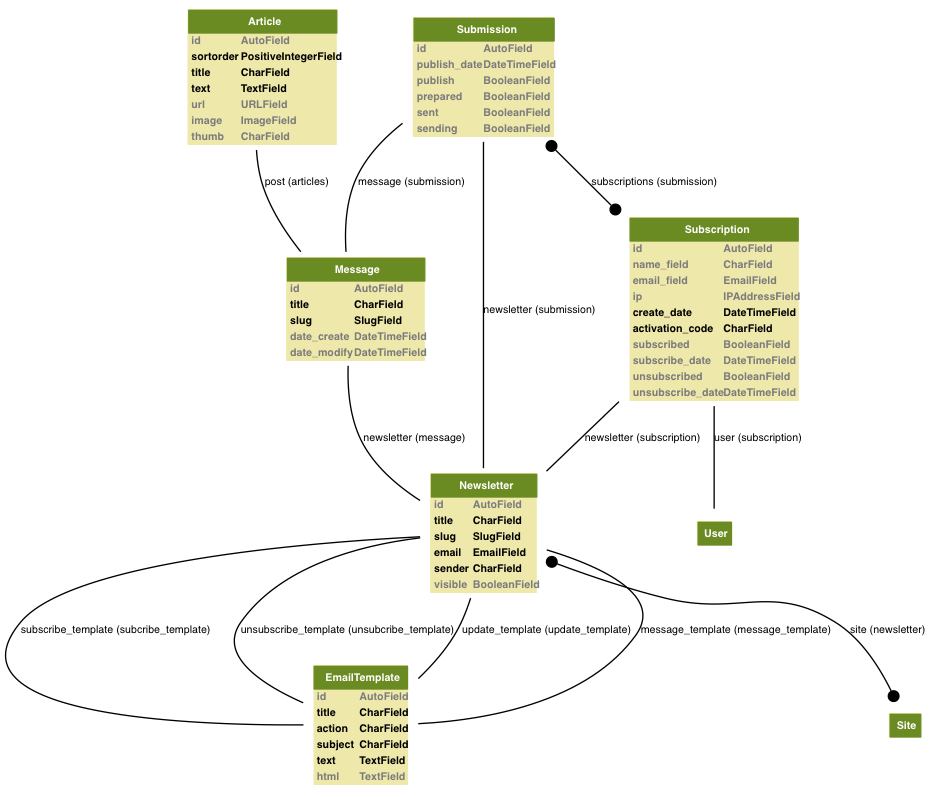
Before: graph_models.png, a diagram exported from Graphviz (jazzband/django-newsletter). Its source is kept beside it as graph_models.dot.
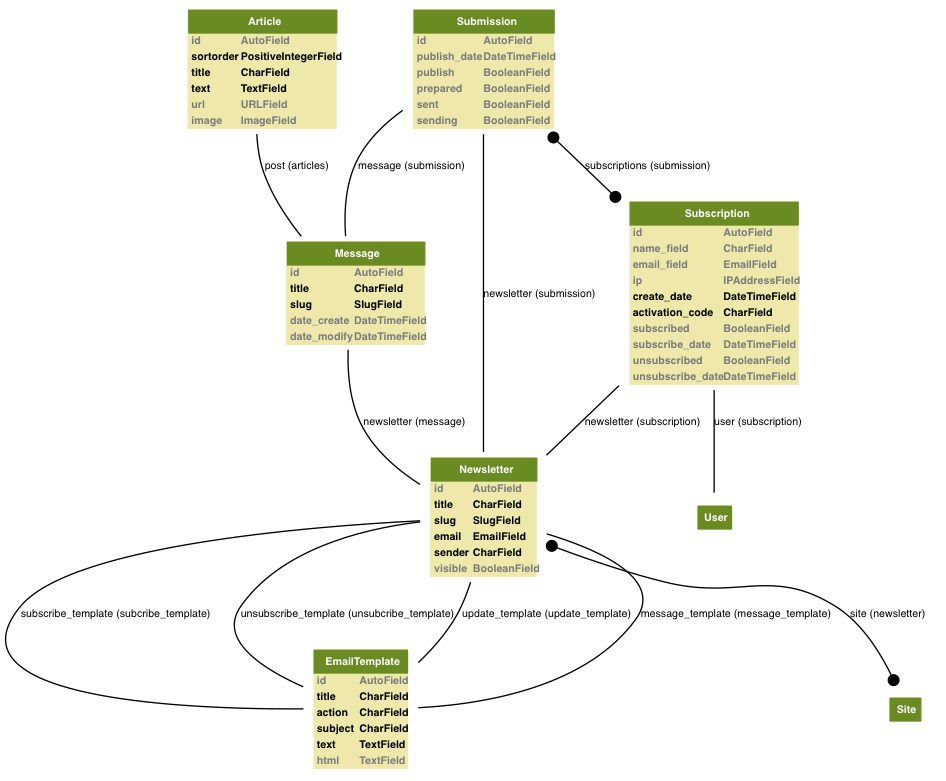
The same file after the commit.

Commit message:
Updated model graphs.

Change to the diagram source:
```diff
@@ -251,13 +251,6 @@
         ><FONT COLOR="#7B7B7B" FACE="Helvetica Bold">ImageField</FONT
         ></TD></TR>
 
-        <TR><TD ALIGN="LEFT" BORDER="0"
-        ><FONT COLOR="#7B7B7B" FACE="Helvetica Bold">thumb</FONT
-        ></TD>
-        <TD ALIGN="LEFT"
-        ><FONT COLOR="#7B7B7B" FACE="Helvetica Bold">CharField</FONT
-        ></TD></TR>
-
 
     </TABLE>
     >]
```
